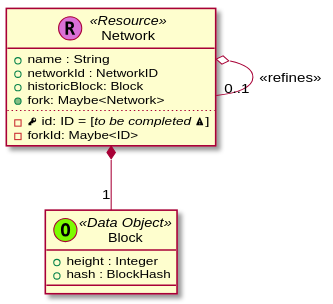
This is _images/plantuml-4a5fd22b5e8fe51e67d7d35534497242f44d383e.svg from trufflesuite/artifact-updates, a PlantUML export, as it was before one commit.
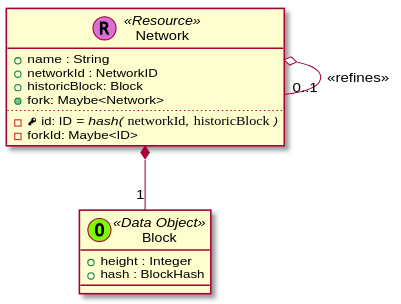
After the change.

Diff of the diagram source:
```diff
@@ -24,7 +24,7 @@
       + historicBlock: Block
       + {method} fork: Maybe<Network>
       ..
-      - {field} <&key> id: ID = [//to be completed <&warning>//]
+      - {field} <&key> id: ID //= hash(// ""networkId""//,// ""historicBlock"" //)//
       - forkId: Maybe<ID>
     }
 
@@ -79,4 +79,5 @@
 
 
 
+
 @enduml
```
